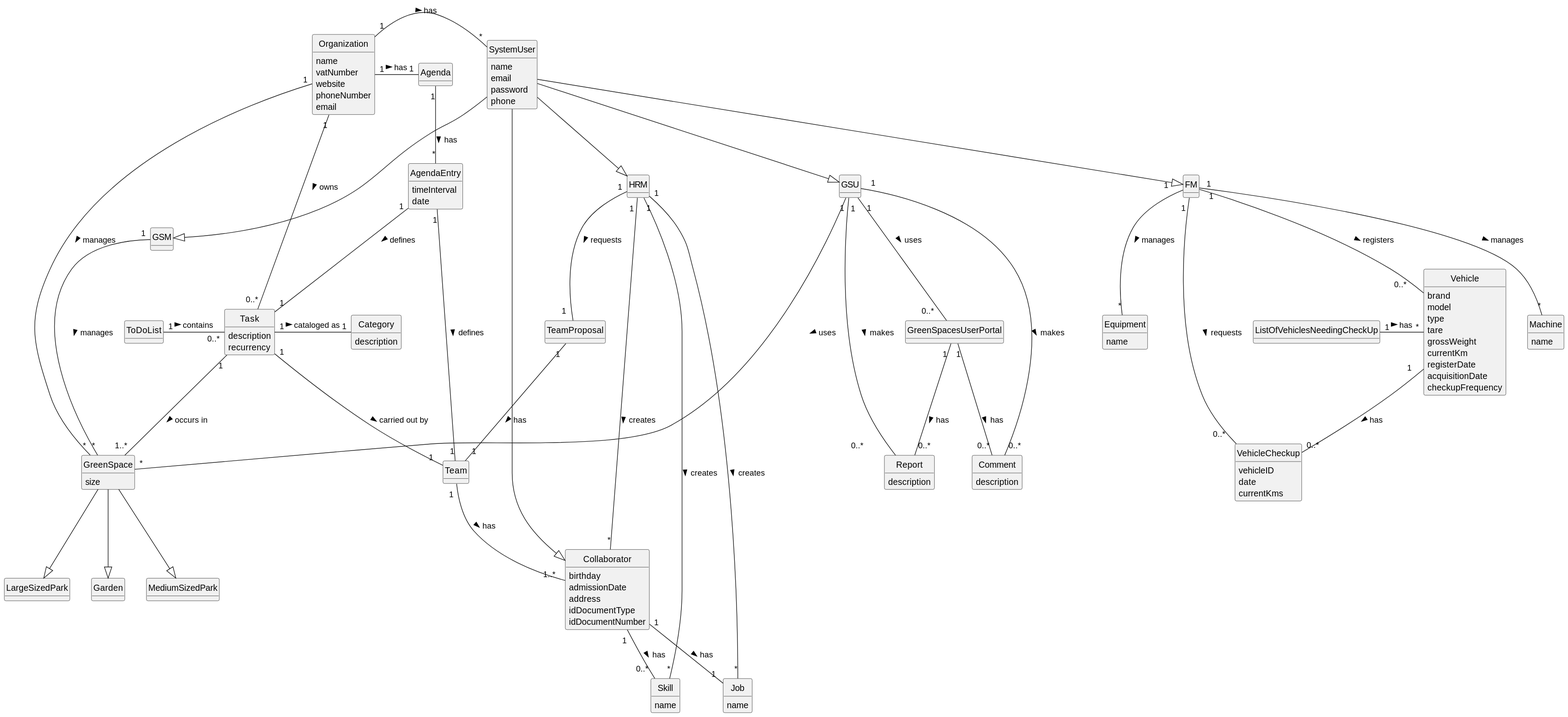
The PlantUML diagram docs/sprintA/global-artifacts/02.analysis/svg/project-domain-model.svg in Departamento-de-Engenharia-Informatica/lei-24-s2-1do-g164, before a commit. The source it was exported from:
```plantuml
@startuml
skinparam monochrome true
skinparam packageStyle rectangle
skinparam shadowing false
skinparam classAttributeIconSize 0
hide circle
hide methods



class Organization {
    name
    vatNumber
    website
    phoneNumber
    email

}

class GreenSpace {
    size
}

class Garden
class MediumSizedPark
class LargeSizedPark

class SystemUser {
    name
    email
    password
    phone

}
class HRM {
}
class FM {
}
class Collaborator {
    birthday
    admissionDate
    address
    idDocumentType
    idDocumentNumber
}
class GSM {
}
class GSU {
}

class TeamProposal {
}

class Team {
}

class Skill {
    name
}

class Job {
    name
}

class Task {
    description
    recurrency
}

class VehicleCheckup {
    vehicleID
    date
    currentKms
}

class Vehicle {
   brand
   model
   type
   tare
   grossWeight
   currentKm
   registerDate
   acquisitionDate
   checkupFrequency
}

class Machine {
    name
}

class Equipment {
    name
}

class Agenda {
}

class AgendaEntry {
    timeInterval
    date
}

class GreenSpacesUserPortal{
}

class Comment{
    description
}
class Report{
    description
}

class Category {
    description
}

class ToDoList{

}

class ListOfVehiclesNeedingCheckUp {
}


SystemUser --|> HRM
SystemUser --|> FM
SystemUser --|> Collaborator
SystemUser --|> GSM
SystemUser --|> GSU

GreenSpace --|> Garden
GreenSpace --|> MediumSizedPark
GreenSpace --|> LargeSizedPark

Task "1" -- "1..*" GreenSpace : occurs in >

Agenda "1" -- "*" AgendaEntry : has >
AgendaEntry "1" -- "1" Task : defines >
AgendaEntry "1" -- "1" Team : defines >

FM " 1" -- "0..*     " Vehicle : registers >
FM "  1 " -- "*" Machine : manages >
FM "  1    " -- "*" Equipment : manages >
Vehicle "1   " -- "0..* " VehicleCheckup : has >
FM "1 " -- "0..*  " VehicleCheckup : requests >
GSU"  1  " -- "0..*          " Report: makes >
GSU"  1  " -- "0..*   " Comment: makes >
GSU"  1  " -- "0..*   " GreenSpacesUserPortal:  uses >
GreenSpacesUserPortal "1                 " -- "0..*   " Report : has >
GreenSpacesUserPortal "1    " -- "0..*" Comment : has >

Organization "1" - "*" SystemUser : has >
Organization "1" - "0..*" Task: owns >
Task "1" - "1" Category: cataloged as >
Task "1" - "1  " Team:   carried out by   >
ToDoList "1" - "0..*" Task: contains >

HRM "1 " -- "*" Collaborator : creates >
HRM "1 " -- "*" Job : creates >
HRM "1 " -- "*" Skill : creates >
HRM "1" -- "1  " TeamProposal : requests >
TeamProposal "1 " --"1        " Team: has >
Team "1 " -- "1..*  " Collaborator: has >
Collaborator "1 " -- "0..* " Skill : has >
Collaborator "1 " -- "1 " Job : has >
Organization "1" - "1" Agenda : has >
Organization "1" - "*" GreenSpace: manages >
GSU"1" - "*" GreenSpace: uses >
GSM "1" - "*" GreenSpace: manages >
ListOfVehiclesNeedingCheckUp "1" - "*" Vehicle : has >
@enduml
```
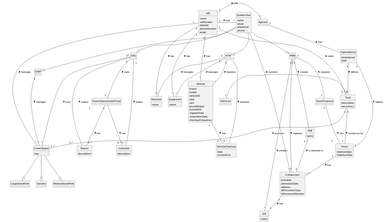
After the commit.

Commit message:
project domain model corrections and us008/us007 corrections

What changed in the source:
```diff
@@ -8,7 +8,7 @@
 
 
 
-class Organization {
+class MS {
     name
     vatNumber
     website
@@ -34,10 +34,10 @@
 }
 class HRM {
 }
-class FM {
+class VFM {
 }
 class Collaborator {
-    birthday
+    birthdate
     admissionDate
     address
     idDocumentType
@@ -52,6 +52,8 @@
 }
 
 class Team {
+minimumSize
+maximumSize
 }
 
 class Skill {
@@ -68,7 +70,6 @@
 }
 
 class VehicleCheckup {
-    vehicleID
     date
     currentKms
 }
@@ -76,6 +77,7 @@
 class Vehicle {
    brand
    model
+   vehicleID
    type
    tare
    grossWeight
@@ -111,20 +113,15 @@
     description
 }
 
-class Category {
-    description
-}
+
 
 class ToDoList{
 
 }
 
-class ListOfVehiclesNeedingCheckUp {
-}
-
 
 SystemUser --|> HRM
-SystemUser --|> FM
+SystemUser --|> VFM
 SystemUser --|> Collaborator
 SystemUser --|> GSM
 SystemUser --|> GSU
@@ -139,34 +136,37 @@
 AgendaEntry "1" -- "1" Task : defines >
 AgendaEntry "1" -- "1" Team : defines >
 
-FM " 1" -- "0..*     " Vehicle : registers >
-FM "  1 " -- "*" Machine : manages >
-FM "  1    " -- "*" Equipment : manages >
+VFM " 1" -- "*" Vehicle : registers >
+
+VFM "  1 " -- "*" Machine : manages >
+VFM "  1    " -- "*" Equipment : manages >
 Vehicle "1   " -- "0..* " VehicleCheckup : has >
-FM "1 " -- "0..*  " VehicleCheckup : requests >
+VFM "1 " -- "0..*  " VehicleCheckup : requests >
 GSU"  1  " -- "0..*          " Report: makes >
-GSU"  1  " -- "0..*   " Comment: makes >
-GSU"  1  " -- "0..*   " GreenSpacesUserPortal:  uses >
+GSU"  1  " -- "0..*" Comment: makes >
+GSU"  1  " -- "1  " GreenSpacesUserPortal:  uses >
 GreenSpacesUserPortal "1                 " -- "0..*   " Report : has >
 GreenSpacesUserPortal "1    " -- "0..*" Comment : has >
 
-Organization "1" - "*" SystemUser : has >
-Organization "1" - "0..*" Task: owns >
-Task "1" - "1" Category: cataloged as >
+MS "1" - "*" SystemUser : has >
+MS "1  " - "0..*" Task: owns >
+MS "1" - "*" Machine : has >
+MS "1 " - "*" Vehicle : has >
+MS "1" - "*" Equipment : has >
+
 Task "1" - "1  " Team:   carried out by   >
 ToDoList "1" - "0..*" Task: contains >
 
-HRM "1 " -- "*" Collaborator : creates >
+HRM "1 " -- "*" Collaborator : registers >
 HRM "1 " -- "*" Job : creates >
 HRM "1 " -- "*" Skill : creates >
 HRM "1" -- "1  " TeamProposal : requests >
 TeamProposal "1 " --"1        " Team: has >
 Team "1 " -- "1..*  " Collaborator: has >
-Collaborator "1 " -- "0..* " Skill : has >
+Skill "1..*" - "1" Collaborator: is atributed to >
 Collaborator "1 " -- "1 " Job : has >
-Organization "1" - "1" Agenda : has >
-Organization "1" - "*" GreenSpace: manages >
+MS "1" - "1" Agenda : has >
+MS "1    " - "*" GreenSpace: manages >
 GSU"1" - "*" GreenSpace: uses >
 GSM "1" - "*" GreenSpace: manages >
-ListOfVehiclesNeedingCheckUp "1" - "*" Vehicle : has >
 @enduml
```
